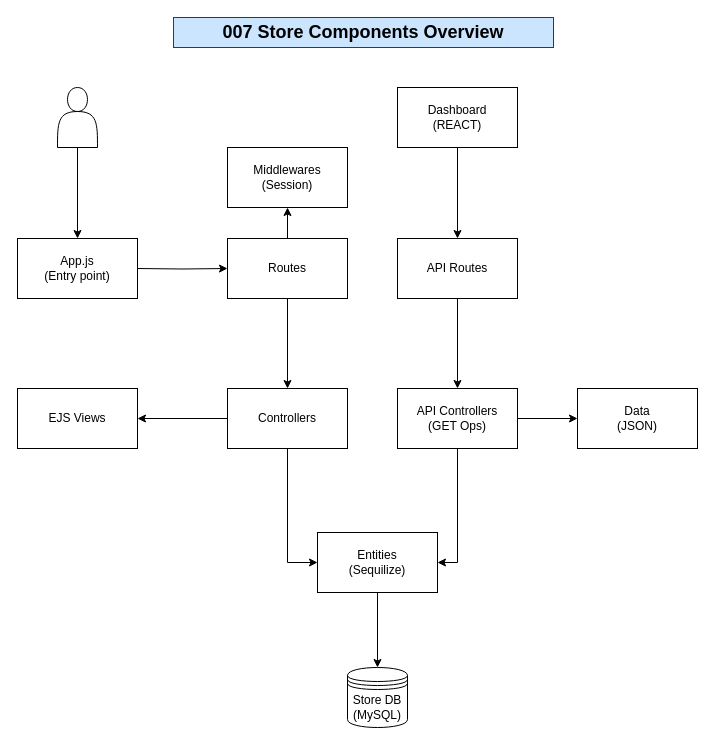
Earlier version of the draw.io diagram 007 Sore Overview.drawio (mlopalv/007Store). Source tidied: cells renumbered, new cells numbered last; positions are measured from the earlier drawing's top-left corner, leaving out a move shared by most shapes. Both pictures are drawn from the tidied source at 100%, with x=0, y=0 at pixel (17, 17).
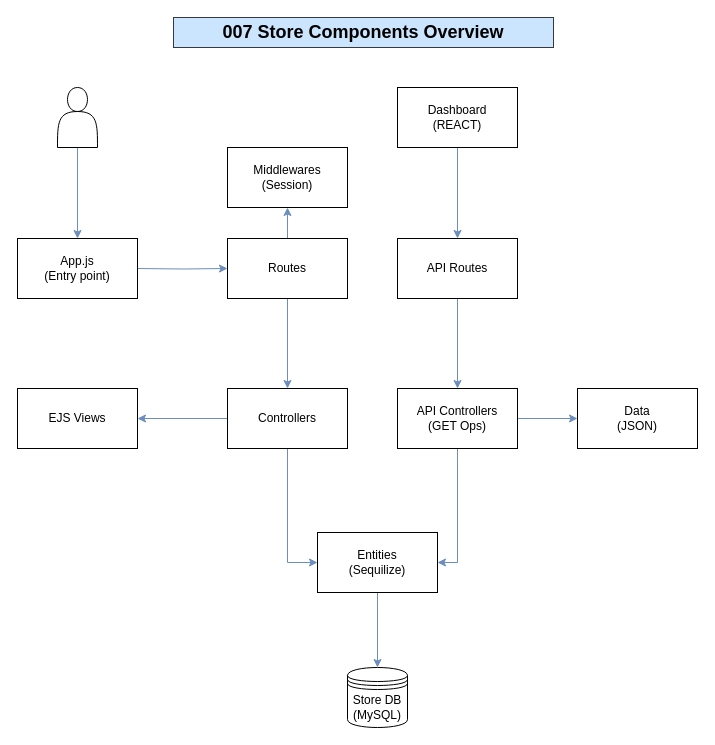
The same diagram, later.

Unchanged cells that the change refers to:
```xml
<mxCell id="4" style="shape=actor;whiteSpace=wrap;html=1;" parent="1" vertex="1">
  <mxGeometry x="40" y="70" width="40" height="60" as="geometry" />
</mxCell>
<mxCell id="7" value="Routes" style="rounded=0;whiteSpace=wrap;html=1;" parent="1" vertex="1">
  <mxGeometry x="210" y="221" width="120" height="60" as="geometry" />
</mxCell>
<mxCell id="10" value="Controllers" style="rounded=0;whiteSpace=wrap;html=1;" parent="1" vertex="1">
  <mxGeometry x="210" y="371" width="120" height="60" as="geometry" />
</mxCell>
<mxCell id="12" value="Entities&lt;br&gt;(Sequilize)" style="rounded=0;whiteSpace=wrap;html=1;" parent="1" vertex="1">
  <mxGeometry x="300" y="515" width="120" height="60" as="geometry" />
</mxCell>
<mxCell id="13" value="Store DB&lt;br&gt;(MySQL)" style="shape=datastore;whiteSpace=wrap;html=1;" parent="1" vertex="1">
  <mxGeometry x="330" y="650" width="60" height="60" as="geometry" />
</mxCell>
<mxCell id="14" value="EJS Views" style="rounded=0;whiteSpace=wrap;html=1;" parent="1" vertex="1">
  <mxGeometry y="371" width="120" height="60" as="geometry" />
</mxCell>
<mxCell id="17" value="API Routes" style="rounded=0;whiteSpace=wrap;html=1;" parent="1" vertex="1">
  <mxGeometry x="380" y="221" width="120" height="60" as="geometry" />
</mxCell>
<mxCell id="20" value="API Controllers&lt;br&gt;(GET Ops)" style="rounded=0;whiteSpace=wrap;html=1;" parent="1" vertex="1">
  <mxGeometry x="380" y="371" width="120" height="60" as="geometry" />
</mxCell>
<mxCell id="21" value="Data&lt;br&gt;(JSON)" style="rounded=0;whiteSpace=wrap;html=1;" parent="1" vertex="1">
  <mxGeometry x="560" y="371" width="120" height="60" as="geometry" />
</mxCell>
<mxCell id="24" value="Dashboard&lt;br&gt;(REACT)" style="rounded=0;whiteSpace=wrap;html=1;" parent="1" vertex="1">
  <mxGeometry x="380" y="70" width="120" height="60" as="geometry" />
</mxCell>
<mxCell id="25" value="Middlewares&lt;br&gt;(Session)" style="rounded=0;whiteSpace=wrap;html=1;" parent="1" vertex="1">
  <mxGeometry x="210" y="130" width="120" height="60" as="geometry" />
</mxCell>
```

Change to the diagram source:
```diff
@@
-    <mxCell id="2" style="edgeStyle=orthogonalEdgeStyle;rounded=0;jettySize=auto;html=1;" parent="1" edge="1" target="7">
+    <mxCell id="2" style="edgeStyle=orthogonalEdgeStyle;rounded=0;jettySize=auto;html=1;fillColor=#dae8fc;strokeColor=#6c8ebf;" parent="1" edge="1" target="7">
       <mxGeometry relative="1" as="geometry">
         <mxPoint x="120" y="251" as="sourcePoint" />
       </mxGeometry>
     </mxCell>
-    <mxCell id="3" style="edgeStyle=orthogonalEdgeStyle;rounded=0;jettySize=auto;html=1;" parent="1" edge="1" source="4">
+    <mxCell id="3" style="edgeStyle=orthogonalEdgeStyle;rounded=0;jettySize=auto;html=1;fillColor=#dae8fc;strokeColor=#6c8ebf;" parent="1" edge="1" source="4">
       <mxGeometry relative="1" as="geometry">
         <mxPoint x="60" y="221" as="targetPoint" />
       </mxGeometry>
     </mxCell>
@@
-    <mxCell id="5" style="edgeStyle=orthogonalEdgeStyle;rounded=0;jettySize=auto;html=1;" parent="1" edge="1" source="7" target="10">
+    <mxCell id="5" style="edgeStyle=orthogonalEdgeStyle;rounded=0;jettySize=auto;html=1;fillColor=#dae8fc;strokeColor=#6c8ebf;" parent="1" edge="1" source="7" target="10">
       <mxGeometry relative="1" as="geometry" />
     </mxCell>
-    <mxCell id="6" style="edgeStyle=orthogonalEdgeStyle;rounded=0;jettySize=auto;html=1;" parent="1" edge="1" source="7" target="25">
+    <mxCell id="6" style="edgeStyle=orthogonalEdgeStyle;rounded=0;jettySize=auto;html=1;fillColor=#dae8fc;strokeColor=#6c8ebf;" parent="1" edge="1" source="7" target="25">
       <mxGeometry relative="1" as="geometry" />
     </mxCell>
@@
-    <mxCell id="8" style="edgeStyle=orthogonalEdgeStyle;rounded=0;jettySize=auto;html=1;entryX=0;entryY=0.5;entryDx=0;entryDy=0;" parent="1" edge="1" source="10" target="12">
+    <mxCell id="8" style="edgeStyle=orthogonalEdgeStyle;rounded=0;jettySize=auto;html=1;entryX=0;entryY=0.5;entryDx=0;entryDy=0;fillColor=#dae8fc;strokeColor=#6c8ebf;" parent="1" edge="1" source="10" target="12">
       <mxGeometry relative="1" as="geometry" />
     </mxCell>
-    <mxCell id="9" style="edgeStyle=orthogonalEdgeStyle;rounded=0;jettySize=auto;html=1;" parent="1" edge="1" source="10" target="14">
+    <mxCell id="9" style="edgeStyle=orthogonalEdgeStyle;rounded=0;jettySize=auto;html=1;fillColor=#dae8fc;strokeColor=#6c8ebf;" parent="1" edge="1" source="10" target="14">
       <mxGeometry relative="1" as="geometry" />
     </mxCell>
@@
-    <mxCell id="11" style="edgeStyle=orthogonalEdgeStyle;rounded=0;jettySize=auto;html=1;" parent="1" edge="1" source="12" target="13">
+    <mxCell id="11" style="edgeStyle=orthogonalEdgeStyle;rounded=0;jettySize=auto;html=1;fillColor=#dae8fc;strokeColor=#6c8ebf;" parent="1" edge="1" source="12" target="13">
       <mxGeometry relative="1" as="geometry" />
     </mxCell>
@@
-    <mxCell id="16" style="edgeStyle=orthogonalEdgeStyle;rounded=0;jettySize=auto;html=1;" parent="1" edge="1" source="17" target="20">
+    <mxCell id="16" style="edgeStyle=orthogonalEdgeStyle;rounded=0;jettySize=auto;html=1;fillColor=#dae8fc;strokeColor=#6c8ebf;" parent="1" edge="1" source="17" target="20">
       <mxGeometry relative="1" as="geometry" />
     </mxCell>
@@
-    <mxCell id="18" style="edgeStyle=orthogonalEdgeStyle;rounded=0;jettySize=auto;html=1;entryX=1;entryY=0.5;entryDx=0;entryDy=0;exitX=0.5;exitY=1;exitDx=0;exitDy=0;" parent="1" edge="1" source="20" target="12">
+    <mxCell id="18" style="edgeStyle=orthogonalEdgeStyle;rounded=0;jettySize=auto;html=1;entryX=1;entryY=0.5;entryDx=0;entryDy=0;exitX=0.5;exitY=1;exitDx=0;exitDy=0;fillColor=#dae8fc;strokeColor=#6c8ebf;" parent="1" edge="1" source="20" target="12">
       <mxGeometry relative="1" as="geometry" />
     </mxCell>
-    <mxCell id="19" style="edgeStyle=orthogonalEdgeStyle;rounded=0;jettySize=auto;html=1;" parent="1" edge="1" source="20" target="21">
+    <mxCell id="19" style="edgeStyle=orthogonalEdgeStyle;rounded=0;jettySize=auto;html=1;fillColor=#dae8fc;strokeColor=#6c8ebf;" parent="1" edge="1" source="20" target="21">
       <mxGeometry relative="1" as="geometry" />
     </mxCell>
@@
-    <mxCell id="23" style="edgeStyle=orthogonalEdgeStyle;rounded=0;jettySize=auto;html=1;" parent="1" edge="1" source="24" target="17">
+    <mxCell id="23" style="edgeStyle=orthogonalEdgeStyle;rounded=0;jettySize=auto;html=1;fillColor=#dae8fc;strokeColor=#6c8ebf;" parent="1" edge="1" source="24" target="17">
       <mxGeometry relative="1" as="geometry" />
     </mxCell>
```
